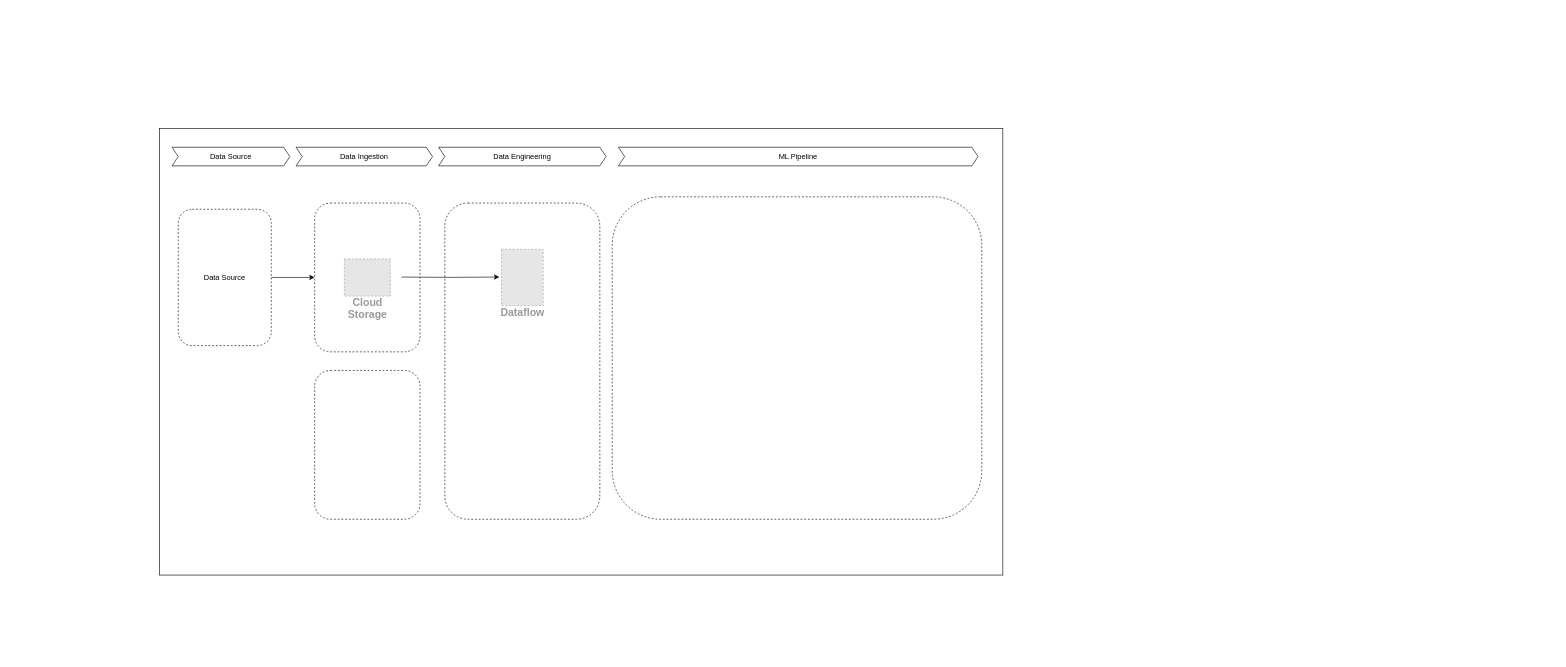
The draw.io diagram ML Ops Architecture.drawio in adityasolanki205/Architecture_diagrams, before the edit. Source tidied: cells renumbered, new cells numbered last; positions are measured from the earlier drawing's top-left corner, leaving out a move shared by most shapes. Both pictures are drawn from the tidied source at 62%, with x=0, y=0 at pixel (159, 128). Pictures stored in the file or linked from it are replaced by grey dashed boxes.
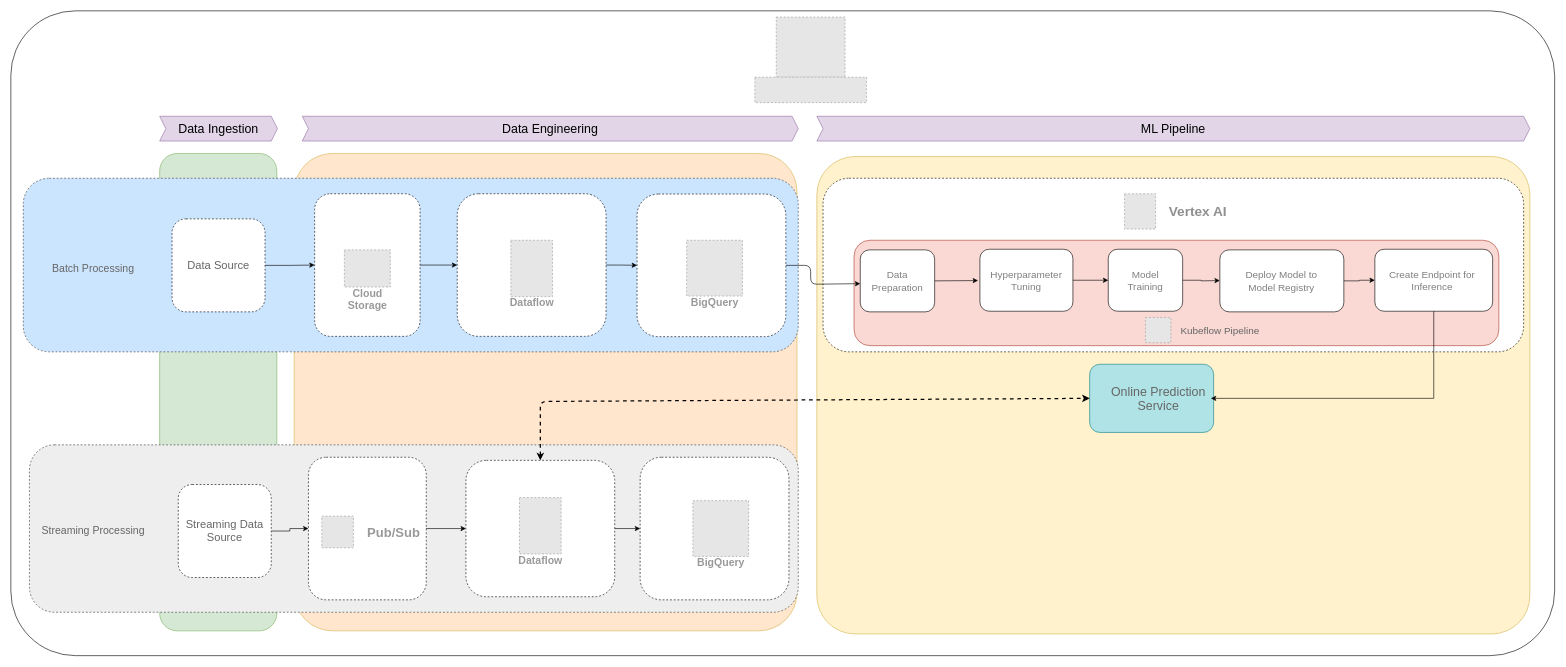
The same page after the edit.

Change to the diagram source:
```diff
@@
-    <mxCell id="2" style="rounded=0;whiteSpace=wrap;html=1;" parent="1" vertex="1">
-      <mxGeometry width="1360" height="720" as="geometry" />
+    <mxCell id="2" style="rounded=1;whiteSpace=wrap;html=1;labelBackgroundColor=none;strokeColor=#000000;arcSize=10;" parent="1" vertex="1">
+      <mxGeometry x="-240" y="-190" width="2490" height="1040" as="geometry" />
     </mxCell>
+    <mxCell id="16" style="rounded=1;whiteSpace=wrap;html=1;fillColor=#FFE6CC;strokeColor=#d6b656;arcSize=8;" parent="1" vertex="1">
+      <mxGeometry x="217" y="40" width="811" height="770" as="geometry" />
+    </mxCell>
+    <mxCell id="17" style="rounded=1;whiteSpace=wrap;html=1;fillColor=#d5e8d4;strokeColor=#82b366;" parent="1" vertex="1">
+      <mxGeometry y="40" width="189" height="770" as="geometry" />
+    </mxCell>
+    <mxCell id="18" style="rounded=1;whiteSpace=wrap;html=1;dashed=1;fillColor=#cce5ff;strokeColor=#36393d;" parent="1" vertex="1">
+      <mxGeometry x="-220" y="80" width="1250" height="280" as="geometry" />
+    </mxCell>
+    <mxCell id="19" style="edgeStyle=orthogonalEdgeStyle;rounded=0;jettySize=auto;html=1;exitX=1;exitY=0.5;exitDx=0;exitDy=0;entryX=0;entryY=0.5;entryDx=0;entryDy=0;" parent="1" edge="1" source="3" target="12">
+      <mxGeometry relative="1" as="geometry" />
+    </mxCell>
     <mxCell id="3" style="rounded=1;whiteSpace=wrap;html=1;dashed=1;spacing=2;" parent="1" vertex="1">
-      <mxGeometry x="250" y="120" width="170" height="240" as="geometry" />
+      <mxGeometry x="250" y="105" width="170" height="230" as="geometry" />
     </mxCell>
-    <mxCell id="4" style="rounded=1;whiteSpace=wrap;html=1;dashed=1;" parent="1" vertex="1">
-      <mxGeometry x="250" y="390" width="170" height="240" as="geometry" />
-    </mxCell>
-    <mxCell id="5" value="ML Pipeline" style="shape=step;perimeter=stepPerimeter;whiteSpace=wrap;html=1;fixedSize=1;strokeWidth=1;size=10;" parent="1" vertex="1">
-      <mxGeometry x="740" y="30" width="580" height="30" as="geometry" />
+    <mxCell id="5" value="&lt;font style=&quot;font-size: 20px;&quot;&gt;ML Pipeline&lt;/font&gt;" style="shape=step;perimeter=stepPerimeter;whiteSpace=wrap;html=1;fixedSize=1;strokeWidth=1;size=10;fillColor=#e1d5e7;strokeColor=#9673a6;" parent="1" vertex="1">
+      <mxGeometry x="1060" y="-20" width="1150" height="40" as="geometry" />
     </mxCell>
-    <mxCell id="6" value="Data Engineering" style="shape=step;perimeter=stepPerimeter;whiteSpace=wrap;html=1;fixedSize=1;size=10;" parent="1" vertex="1">
-      <mxGeometry x="450" y="30" width="270" height="30" as="geometry" />
+    <mxCell id="6" value="&lt;font style=&quot;font-size: 20px;&quot;&gt;Data Engineering&lt;/font&gt;" style="shape=step;perimeter=stepPerimeter;whiteSpace=wrap;html=1;fixedSize=1;size=10;fillColor=#e1d5e7;strokeColor=#9673a6;" parent="1" vertex="1">
+      <mxGeometry x="230" y="-20" width="800" height="40" as="geometry" />
     </mxCell>
-    <mxCell id="7" value="Data Ingestion" style="shape=step;perimeter=stepPerimeter;whiteSpace=wrap;html=1;fixedSize=1;size=10;" parent="1" vertex="1">
-      <mxGeometry x="220" y="30" width="220" height="30" as="geometry" />
-    </mxCell>
-    <mxCell id="8" value="Data Source" style="shape=step;perimeter=stepPerimeter;whiteSpace=wrap;html=1;fixedSize=1;size=10;" parent="1" vertex="1">
-      <mxGeometry x="20" y="30" width="190" height="30" as="geometry" />
+    <mxCell id="8" value="&lt;font style=&quot;font-size: 20px;&quot;&gt;Data Ingestion&lt;/font&gt;" style="shape=step;perimeter=stepPerimeter;whiteSpace=wrap;html=1;fixedSize=1;size=10;fillColor=#e1d5e7;strokeColor=#9673a6;" parent="1" vertex="1">
+      <mxGeometry y="-20" width="190" height="40" as="geometry" />
     </mxCell>
-    <mxCell id="9" style="edgeStyle=orthogonalEdgeStyle;rounded=0;jettySize=auto;html=1;entryX=0;entryY=0.5;entryDx=0;entryDy=0;" parent="1" edge="1" source="10" target="3">
+    <mxCell id="9" style="edgeStyle=orthogonalEdgeStyle;rounded=0;jettySize=auto;html=1;exitX=1;exitY=0.5;exitDx=0;exitDy=0;entryX=0;entryY=0.5;entryDx=0;entryDy=0;" parent="1" edge="1" source="10" target="3">
       <mxGeometry relative="1" as="geometry" />
     </mxCell>
-    <mxCell id="10" value="Data Source" style="rounded=1;whiteSpace=wrap;html=1;dashed=1;" parent="1" vertex="1">
-      <mxGeometry x="30" y="130" width="150" height="220" as="geometry" />
+    <mxCell id="10" value="&lt;font style=&quot;font-size: 18px; color: rgb(102, 102, 102);&quot;&gt;Data Source&lt;/font&gt;" style="rounded=1;whiteSpace=wrap;html=1;dashed=1;" parent="1" vertex="1">
+      <mxGeometry x="20" y="145.5" width="150" height="150" as="geometry" />
     </mxCell>
     <mxCell id="11" value="Cloud&#10;Storage" style="fillColor=#E6E6E6;strokeColor=#999999;dashed=1;html=1;verticalAlign=top;labelPosition=center;verticalLabelPosition=bottom;align=center;spacingTop=-6;fontSize=17;fontStyle=1;fontColor=#999999;" parent="1" vertex="1">
-      <mxGeometry x="297.9" y="210" width="74.1" height="60" as="geometry" />
+      <mxGeometry x="297.9" y="195.5" width="74.1" height="60" as="geometry" />
     </mxCell>
+    <mxCell id="20" style="edgeStyle=orthogonalEdgeStyle;rounded=0;jettySize=auto;html=1;exitX=1;exitY=0.5;exitDx=0;exitDy=0;entryX=0;entryY=0.5;entryDx=0;entryDy=0;" parent="1" edge="1" source="12" target="24">
+      <mxGeometry relative="1" as="geometry" />
+    </mxCell>
+    <mxCell id="21" style="rounded=1;whiteSpace=wrap;html=1;arcSize=8;fillColor=#fff2cc;strokeColor=#d6b656;" parent="1" vertex="1">
+      <mxGeometry x="1060" y="45" width="1150" height="770" as="geometry" />
+    </mxCell>
     <mxCell id="12" style="rounded=1;whiteSpace=wrap;html=1;dashed=1;" parent="1" vertex="1">
-      <mxGeometry x="460" y="120" width="250" height="510" as="geometry" />
+      <mxGeometry x="480" y="105" width="240" height="230" as="geometry" />
     </mxCell>
     <mxCell id="13" style="rounded=1;whiteSpace=wrap;html=1;dashed=1;" parent="1" vertex="1">
-      <mxGeometry x="730" y="110" width="596" height="520" as="geometry" />
+      <mxGeometry x="1070" y="80" width="1130" height="280" as="geometry" />
     </mxCell>
-    <mxCell id="14" style="edgeStyle=orthogonalEdgeStyle;rounded=0;orthogonalLoop=1;jettySize=auto;html=1;entryX=0.28;entryY=0.235;entryDx=0;entryDy=0;entryPerimeter=0;" parent="1" edge="1">
-      <mxGeometry relative="1" as="geometry">
-        <mxPoint x="390" y="239.4" as="sourcePoint" />
-        <mxPoint x="547.9" y="239.3" as="targetPoint" />
-      </mxGeometry>
-    </mxCell>
     <mxCell id="15" value="Dataflow" style="fillColor=#E6E6E6;strokeColor=#999999;dashed=1;html=1;verticalAlign=top;labelPosition=center;verticalLabelPosition=bottom;align=center;spacingTop=-6;fontSize=17;fontStyle=1;fontColor=#999999;" parent="1" vertex="1">
-      <mxGeometry x="551.4" y="194.5" width="67.2" height="91" as="geometry" />
+      <mxGeometry x="566.4" y="180" width="67.2" height="91" as="geometry" />
     </mxCell>
+    <mxCell id="22" style="fillColor=#ffffff;strokeColor=none;shadow=0;strokeWidth=0;rounded=1;absoluteArcSize=1;arcSize=2;dashed=1;dashPattern=1 4;fontSize=27;fontStyle=1;" parent="1" vertex="1">
+      <mxGeometry x="1539.5" y="90" width="191" height="80" as="geometry" />
+    </mxCell>
+    <mxCell id="23" value="&lt;font style=&quot;font-size: 22px;&quot;&gt;Vertex AI&lt;/font&gt;" style="fillColor=#E6E6E6;strokeColor=#999999;dashed=1;html=1;fontColor=light-dark(#8f8f8f, #6a6a6a);verticalLabelPosition=middle;verticalAlign=middle;labelPosition=right;align=left;spacingLeft=20;fontSize=20;fontStyle=1;" parent="22" vertex="1">
+      <mxGeometry width="50" height="57" relative="1" as="geometry">
+        <mxPoint x="16.8" y="15" as="offset" />
+      </mxGeometry>
+    </mxCell>
+    <mxCell id="24" style="rounded=1;whiteSpace=wrap;html=1;dashed=1;fontColor=#4D4D4D;" parent="1" vertex="1">
+      <mxGeometry x="770" y="105.5" width="240" height="230" as="geometry" />
+    </mxCell>
+    <mxCell id="25" value="BigQuery" style="fillColor=#E6E6E6;strokeColor=#999999;dashed=1;html=1;verticalAlign=top;labelPosition=center;verticalLabelPosition=bottom;align=center;spacingTop=-6;fontSize=17;fontStyle=1;fontColor=#999999;" parent="1" vertex="1">
+      <mxGeometry x="850" y="180" width="90" height="90" as="geometry" />
+    </mxCell>
+    <mxCell id="26" style="rounded=1;whiteSpace=wrap;html=1;fillColor=#fad9d5;strokeColor=#ae4132;" parent="1" vertex="1">
+      <mxGeometry x="1120" y="180" width="1040" height="170" as="geometry" />
+    </mxCell>
+    <mxCell id="27" style="group;flipH=1;flipV=1;" parent="1" vertex="1">
+      <mxGeometry x="1130" y="195.5" width="120" height="100" as="geometry" />
+    </mxCell>
+    <mxCell id="28" style="edgeStyle=orthogonalEdgeStyle;rounded=0;jettySize=auto;html=1;exitX=1;exitY=0.5;exitDx=0;exitDy=0;" parent="27" edge="1" source="29">
+      <mxGeometry relative="1" as="geometry">
+        <mxPoint x="190" y="49.5" as="targetPoint" />
+      </mxGeometry>
+    </mxCell>
+    <mxCell id="29" style="rounded=1;whiteSpace=wrap;html=1;" parent="27" vertex="1">
+      <mxGeometry width="120" height="100" as="geometry" />
+    </mxCell>
+    <mxCell id="30" value="Data Preparation" style="text;html=1;align=center;verticalAlign=middle;whiteSpace=wrap;rounded=0;fontColor=light-dark(#7F7F7F,#EDEDED);fontSize=16;fontStyle=0;" parent="27" vertex="1">
+      <mxGeometry x="30" y="35" width="60" height="30" as="geometry" />
+    </mxCell>
+    <mxCell id="31" style="group;fontSize=15;flipH=1;flipV=1;" parent="1" vertex="1">
+      <mxGeometry x="1323" y="194.5" width="150" height="100" as="geometry" />
+    </mxCell>
+    <mxCell id="32" style="group;fontSize=16;" parent="31" vertex="1">
+      <mxGeometry width="150" height="100" as="geometry" />
+    </mxCell>
+    <mxCell id="33" style="rounded=1;whiteSpace=wrap;html=1;" parent="32" vertex="1">
+      <mxGeometry width="150" height="100" as="geometry" />
+    </mxCell>
+    <mxCell id="34" value="&lt;font style=&quot;font-size: 16px;&quot;&gt;Hyperparameter Tuning&lt;/font&gt;" style="text;html=1;align=center;verticalAlign=middle;whiteSpace=wrap;rounded=0;fontColor=light-dark(#7F7F7F,#EDEDED);fontSize=14;fontStyle=0;" parent="32" vertex="1">
+      <mxGeometry x="35" y="35" width="80" height="30" as="geometry" />
+    </mxCell>
+    <mxCell id="35" style="group;flipH=1;flipV=1;" parent="1" vertex="1">
+      <mxGeometry x="1530" y="194.5" width="120" height="100" as="geometry" />
+    </mxCell>
+    <mxCell id="36" style="group;" parent="35" vertex="1">
+      <mxGeometry width="120" height="100" as="geometry" />
+    </mxCell>
+    <mxCell id="37" style="group;" parent="36" vertex="1">
+      <mxGeometry width="120" height="100" as="geometry" />
+    </mxCell>
+    <mxCell id="38" style="edgeStyle=orthogonalEdgeStyle;rounded=0;jettySize=auto;html=1;exitX=1;exitY=0.5;exitDx=0;exitDy=0;" parent="37" edge="1" source="39">
+      <mxGeometry relative="1" as="geometry">
+        <mxPoint x="180" y="50.5" as="targetPoint" />
+      </mxGeometry>
+    </mxCell>
+    <mxCell id="39" style="rounded=1;whiteSpace=wrap;html=1;" parent="37" vertex="1">
+      <mxGeometry width="120" height="100" as="geometry" />
+    </mxCell>
+    <mxCell id="40" value="&lt;font style=&quot;font-size: 16px;&quot;&gt;Model Training&lt;/font&gt;" style="text;html=1;align=center;verticalAlign=middle;whiteSpace=wrap;rounded=0;fontColor=light-dark(#7F7F7F,#EDEDED);fontSize=14;fontStyle=0;" parent="37" vertex="1">
+      <mxGeometry x="20" y="35" width="80" height="30" as="geometry" />
+    </mxCell>
+    <mxCell id="41" style="group;flipH=1;flipV=1;" parent="1" vertex="1">
+      <mxGeometry x="1710" y="195.5" width="200" height="100" as="geometry" />
+    </mxCell>
+    <mxCell id="42" style="rounded=1;whiteSpace=wrap;html=1;" parent="41" vertex="1">
+      <mxGeometry width="200" height="100" as="geometry" />
+    </mxCell>
+    <mxCell id="43" value="&lt;font style=&quot;font-size: 16px;&quot;&gt;Deploy Model to Model Registry&lt;/font&gt;" style="text;html=1;align=center;verticalAlign=middle;whiteSpace=wrap;rounded=0;fontColor=light-dark(#7F7F7F,#EDEDED);fontSize=14;fontStyle=0;" parent="41" vertex="1">
+      <mxGeometry x="21.4" y="35" width="157.1" height="30" as="geometry" />
+    </mxCell>
+    <mxCell id="44" style="group;flipH=1;flipV=1;" parent="1" vertex="1">
+      <mxGeometry x="1960" y="194.5" width="190" height="100" as="geometry" />
+    </mxCell>
+    <mxCell id="45" style="group;" parent="44" vertex="1">
+      <mxGeometry width="190" height="100" as="geometry" />
+    </mxCell>
+    <mxCell id="46" style="rounded=1;whiteSpace=wrap;html=1;" parent="45" vertex="1">
+      <mxGeometry width="190" height="100" as="geometry" />
+    </mxCell>
+    <mxCell id="47" value="&lt;font style=&quot;font-size: 16px;&quot;&gt;Create Endpoint for Inference&lt;/font&gt;" style="text;html=1;align=center;verticalAlign=middle;whiteSpace=wrap;rounded=0;fontColor=light-dark(#7F7F7F,#EDEDED);fontSize=14;fontStyle=0;" parent="45" vertex="1">
+      <mxGeometry x="15" y="35" width="155" height="30" as="geometry" />
+    </mxCell>
+    <mxCell id="48" style="fillColor=#E6E6E6;strokeColor=#999999;dashed=1;verticalLabelPosition=bottom;verticalAlign=top;" parent="1" vertex="1">
+      <mxGeometry x="1590" y="304.7" width="41" height="40.6" as="geometry" />
+    </mxCell>
+    <mxCell id="49" value="&lt;font style=&quot;color: rgb(102, 102, 102);&quot;&gt;Kubeflow Pipeline&lt;/font&gt;" style="text;html=1;align=center;verticalAlign=middle;whiteSpace=wrap;rounded=0;fontSize=16;" parent="1" vertex="1">
+      <mxGeometry x="1641" y="310" width="139" height="30" as="geometry" />
+    </mxCell>
+    <mxCell id="50" value="Batch Processing" style="text;html=1;align=center;verticalAlign=middle;whiteSpace=wrap;rounded=0;fontSize=17;fontColor=#666666;" parent="1" vertex="1">
+      <mxGeometry x="-233.6" y="210.5" width="253.6" height="30" as="geometry" />
+    </mxCell>
+    <mxCell id="51" style="edgeStyle=orthogonalEdgeStyle;rounded=1;jettySize=auto;html=1;exitX=1;exitY=0.5;exitDx=0;exitDy=0;curved=0;" parent="1" edge="1" source="24">
+      <mxGeometry relative="1" as="geometry">
+        <mxPoint x="1130" y="250" as="targetPoint" />
+        <Array as="points">
+          <mxPoint x="1050" y="221" />
+          <mxPoint x="1050" y="251" />
+        </Array>
+      </mxGeometry>
+    </mxCell>
+    <mxCell id="52" style="edgeStyle=orthogonalEdgeStyle;rounded=0;jettySize=auto;html=1;entryX=0;entryY=0.5;entryDx=0;entryDy=0;exitX=1;exitY=0.5;exitDx=0;exitDy=0;" parent="1" edge="1" source="33" target="39">
+      <mxGeometry relative="1" as="geometry" />
+    </mxCell>
+    <mxCell id="53" style="edgeStyle=orthogonalEdgeStyle;rounded=0;jettySize=auto;html=1;exitX=1;exitY=0.5;exitDx=0;exitDy=0;entryX=0;entryY=0.5;entryDx=0;entryDy=0;" parent="1" edge="1" source="42" target="46">
+      <mxGeometry relative="1" as="geometry" />
+    </mxCell>
+    <mxCell id="54" style="rounded=1;whiteSpace=wrap;html=1;fontFamily=Helvetica;fontSize=15;fillColor=#b0e3e6;strokeColor=#0e8088;" parent="1" vertex="1">
+      <mxGeometry x="1500" y="380" width="200" height="110" as="geometry" />
+    </mxCell>
+    <mxCell id="55" value="&lt;font style=&quot;font-size: 20px;&quot;&gt;Online Prediction Service&lt;/font&gt;" style="text;html=1;align=center;verticalAlign=middle;whiteSpace=wrap;rounded=0;fontColor=#666666;" parent="1" vertex="1">
+      <mxGeometry x="1525.5" y="420" width="170" height="30" as="geometry" />
+    </mxCell>
+    <mxCell id="56" style="rounded=1;whiteSpace=wrap;html=1;dashed=1;fillColor=#eeeeee;strokeColor=#36393d;" parent="1" vertex="1">
+      <mxGeometry x="-210" y="510" width="1240" height="270" as="geometry" />
+    </mxCell>
+    <mxCell id="57" style="edgeStyle=orthogonalEdgeStyle;rounded=0;jettySize=auto;html=1;exitX=1;exitY=0.5;exitDx=0;exitDy=0;entryX=0;entryY=0.5;entryDx=0;entryDy=0;" parent="1" edge="1" source="58" target="61">
+      <mxGeometry relative="1" as="geometry" />
+    </mxCell>
+    <mxCell id="58" value="&lt;font style=&quot;font-size: 18px; color: rgb(102, 102, 102);&quot;&gt;Streaming Data Source&lt;/font&gt;" style="rounded=1;whiteSpace=wrap;html=1;dashed=1;" parent="1" vertex="1">
+      <mxGeometry x="30" y="574" width="150" height="150" as="geometry" />
+    </mxCell>
+    <mxCell id="59" value="Streaming Processing" style="text;html=1;align=center;verticalAlign=middle;whiteSpace=wrap;rounded=0;fontSize=17;fontColor=#666666;" parent="1" vertex="1">
+      <mxGeometry x="-233.6" y="634" width="253.6" height="30" as="geometry" />
+    </mxCell>
+    <mxCell id="60" style="group;" parent="1" vertex="1">
+      <mxGeometry x="240" y="530" width="190" height="230" as="geometry" />
+    </mxCell>
+    <mxCell id="61" style="rounded=1;whiteSpace=wrap;html=1;dashed=1;spacing=2;" parent="60" vertex="1">
+      <mxGeometry width="190" height="230" as="geometry" />
+    </mxCell>
+    <mxCell id="62" style="fillColor=#ffffff;strokeColor=none;shadow=0;strokeWidth=1;rounded=1;absoluteArcSize=1;arcSize=2;" parent="60" vertex="1">
+      <mxGeometry x="5" y="80" width="180" height="75" as="geometry" />
+    </mxCell>
+    <mxCell id="63" value="Pub/Sub" style="fillColor=#E6E6E6;strokeColor=#999999;dashed=1;html=1;fontColor=#999999;verticalLabelPosition=middle;verticalAlign=middle;labelPosition=right;align=left;spacingLeft=20;fontSize=21;fontStyle=1;" parent="62" vertex="1">
+      <mxGeometry width="51" height="51" relative="1" as="geometry">
+        <mxPoint x="16.5" y="15" as="offset" />
+      </mxGeometry>
+    </mxCell>
+    <mxCell id="64" style="group;" parent="1" vertex="1">
+      <mxGeometry x="494" y="510" width="240" height="230" as="geometry" />
+    </mxCell>
+    <mxCell id="65" style="rounded=1;whiteSpace=wrap;html=1;dashed=1;" parent="64" vertex="1">
+      <mxGeometry y="25" width="240" height="220" as="geometry" />
+    </mxCell>
+    <mxCell id="66" value="Dataflow" style="fillColor=#E6E6E6;strokeColor=#999999;dashed=1;html=1;verticalAlign=top;labelPosition=center;verticalLabelPosition=bottom;align=center;spacingTop=-6;fontSize=17;fontStyle=1;fontColor=#999999;" parent="64" vertex="1">
+      <mxGeometry x="86.4" y="85" width="67.2" height="91" as="geometry" />
+    </mxCell>
+    <mxCell id="67" style="rounded=1;whiteSpace=wrap;html=1;dashed=1;fontColor=#4D4D4D;" parent="1" vertex="1">
+      <mxGeometry x="775" y="530" width="240" height="230" as="geometry" />
+    </mxCell>
+    <mxCell id="68" value="BigQuery" style="fillColor=#E6E6E6;strokeColor=#999999;dashed=1;html=1;verticalAlign=top;labelPosition=center;verticalLabelPosition=bottom;align=center;spacingTop=-6;fontSize=17;fontStyle=1;fontColor=#999999;" parent="1" vertex="1">
+      <mxGeometry x="860" y="600" width="90" height="90" as="geometry" />
+    </mxCell>
+    <mxCell id="69" style="edgeStyle=orthogonalEdgeStyle;rounded=0;jettySize=auto;html=1;exitX=1;exitY=0.5;exitDx=0;exitDy=0;entryX=0;entryY=0.5;entryDx=0;entryDy=0;" parent="1" edge="1" source="65" target="67">
+      <mxGeometry relative="1" as="geometry" />
+    </mxCell>
+    <mxCell id="70" style="endArrow=classic;startArrow=classic;html=1;rounded=1;exitX=0.5;exitY=0;exitDx=0;exitDy=0;entryX=0;entryY=0.5;entryDx=0;entryDy=0;dashed=1;strokeWidth=2;curved=0;fillColor=#ffff88;strokeColor=#000000;" parent="1" edge="1" source="65" target="54">
+      <mxGeometry relative="1" as="geometry">
+        <Array as="points">
+          <mxPoint x="614" y="440" />
+        </Array>
+      </mxGeometry>
+    </mxCell>
+    <mxCell id="71" style="edgeStyle=orthogonalEdgeStyle;rounded=0;jettySize=auto;html=1;entryX=0;entryY=0.5;entryDx=0;entryDy=0;" parent="1" edge="1" source="61" target="65">
+      <mxGeometry relative="1" as="geometry" />
+    </mxCell>
+    <mxCell id="72" style="edgeStyle=orthogonalEdgeStyle;rounded=0;jettySize=auto;html=1;exitX=0.5;exitY=1;exitDx=0;exitDy=0;entryX=1;entryY=0.5;entryDx=0;entryDy=0;" parent="1" edge="1" source="46" target="55">
+      <mxGeometry relative="1" as="geometry" />
+    </mxCell>
+    <mxCell id="73" style="group;" parent="1" vertex="1">
+      <mxGeometry x="960" y="-180" width="180" height="138" as="geometry" />
+    </mxCell>
+    <mxCell id="74" style="fillColor=#E6E6E6;strokeColor=#999999;dashed=1;verticalLabelPosition=bottom;verticalAlign=top;" parent="73" vertex="1">
+      <mxGeometry x="34.5" width="111" height="97" as="geometry" />
+    </mxCell>
+    <mxCell id="75" style="fillColor=#E6E6E6;strokeColor=#999999;dashed=1;verticalLabelPosition=bottom;verticalAlign=top;" parent="73" vertex="1">
+      <mxGeometry y="97" width="180" height="41" as="geometry" />
+    </mxCell>
```
